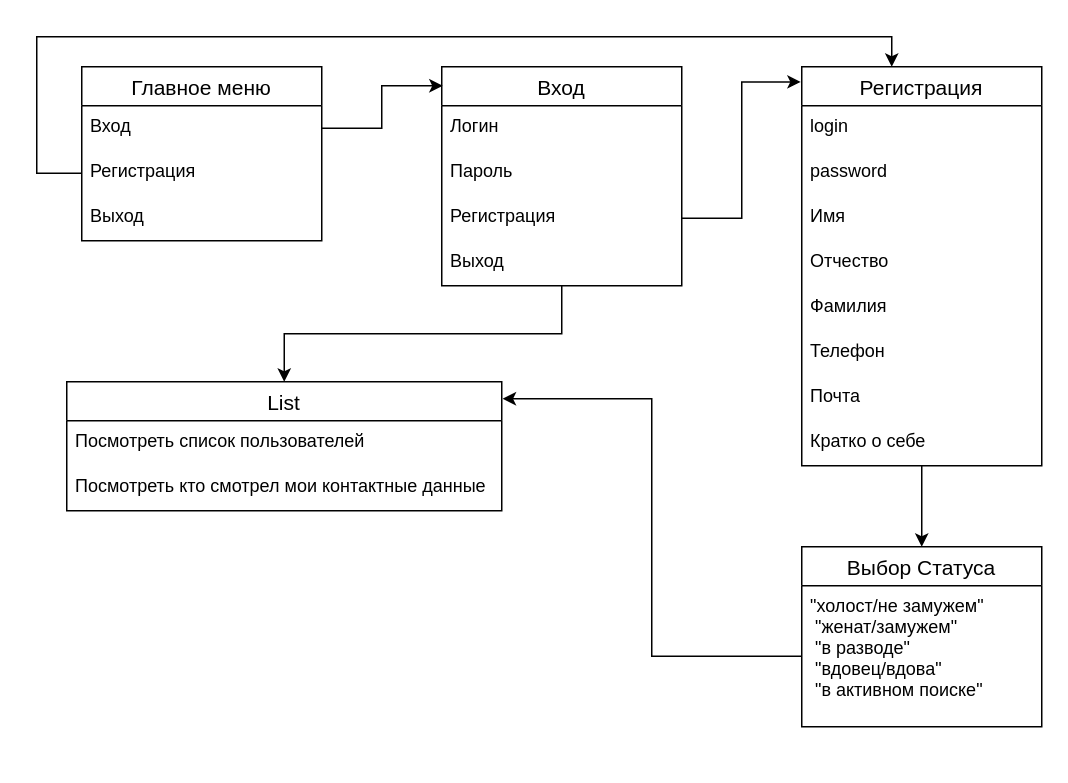
The draw.io diagram Seminars/Seminar8/HWTask1/menuScheme.drawio in Unkar/GB_Python, before the edit. Source tidied: cells renumbered, new cells numbered last; positions are measured from the earlier drawing's top-left corner, leaving out a move shared by most shapes. Both pictures are drawn from the tidied source at 150%, with x=0, y=0 at pixel (36, 36).
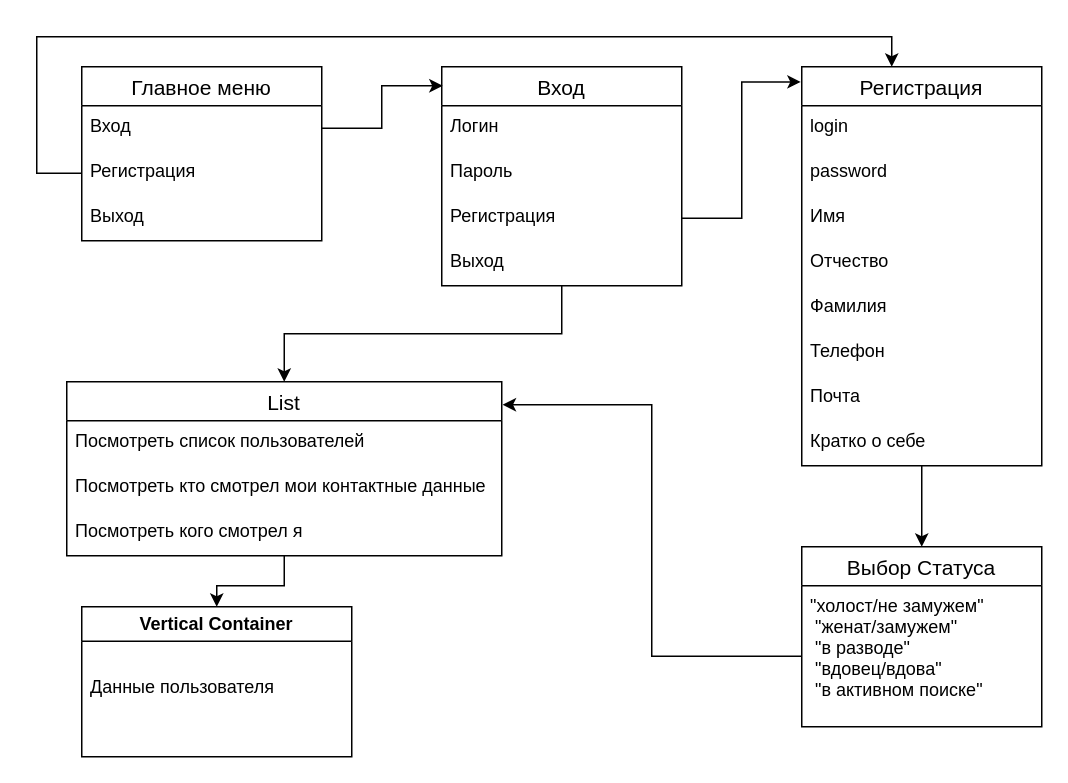
The same diagram, later.

What changed in the source:
```diff
@@
+    <mxCell id="31" style="edgeStyle=orthogonalEdgeStyle;rounded=0;jettySize=auto;html=1;" parent="1" edge="1" source="13" target="33">
+      <mxGeometry relative="1" as="geometry" />
+    </mxCell>
     <mxCell id="13" value="List" style="swimlane;fontStyle=0;horizontal=1;startSize=26;align=center;fontSize=14;" parent="1" vertex="1">
-      <mxGeometry x="20" y="230" width="290" height="86" as="geometry" />
+      <mxGeometry x="20" y="230" width="290" height="116" as="geometry" />
     </mxCell>
@@
+    <mxCell id="32" value="Посмотреть кого смотрел я" style="text;strokeColor=none;fillColor=none;spacingLeft=4;spacingRight=4;overflow=hidden;fontSize=12;" parent="13" vertex="1">
+      <mxGeometry y="86" width="290" height="30" as="geometry" />
+    </mxCell>
@@
+    <mxCell id="33" value="Vertical Container" style="swimlane;whiteSpace=wrap;html=1;" parent="1" vertex="1">
+      <mxGeometry x="30" y="380" width="180" height="100" as="geometry" />
+    </mxCell>
+    <mxCell id="34" value="Данные пользователя" style="text;strokeColor=none;fillColor=none;spacingLeft=4;spacingRight=4;overflow=hidden;fontSize=12;" parent="33" vertex="1">
+      <mxGeometry y="40" width="290" height="30" as="geometry" />
+    </mxCell>
```
